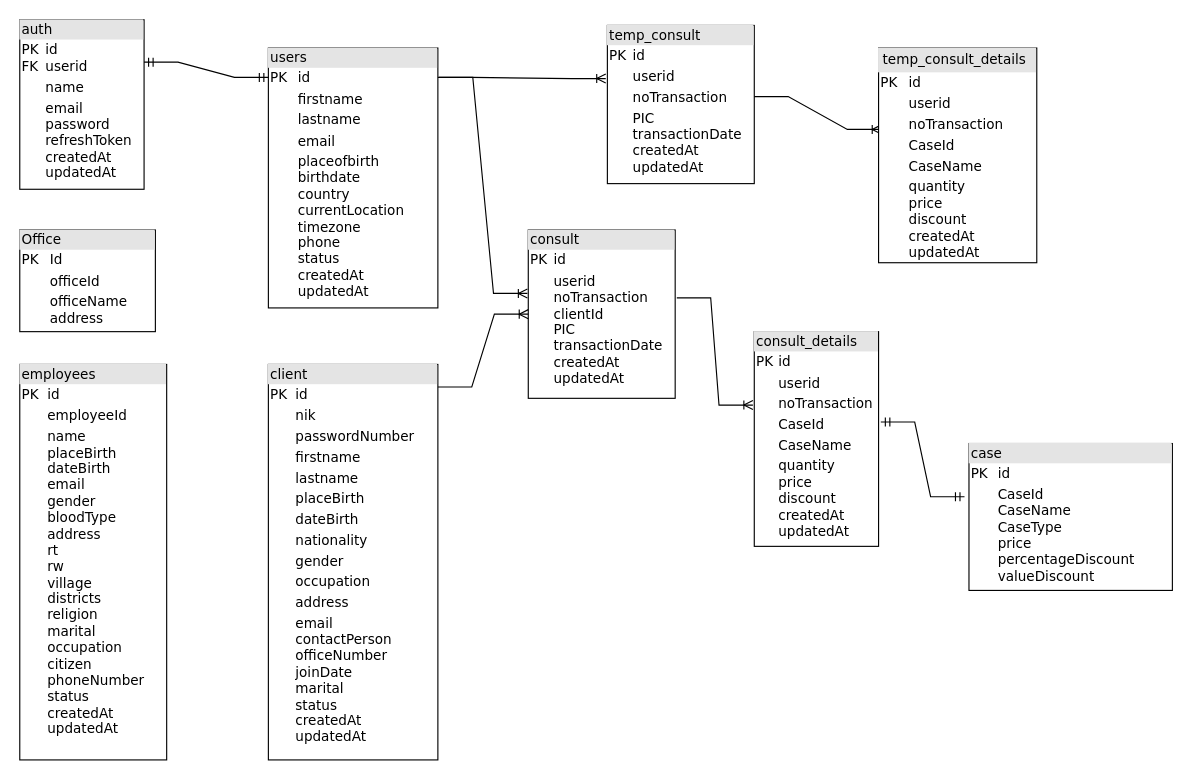
Earlier version of the draw.io diagram page "Page-3" (28 of 62) of Untitled Diagram.drawio (Jeremia0910/SJSI). Source tidied: cells renumbered, new cells numbered last; positions are measured from the earlier drawing's top-left corner, leaving out a move shared by most shapes. Both pictures are drawn from the tidied source at 113%, with x=0, y=0 at pixel (19, 19).
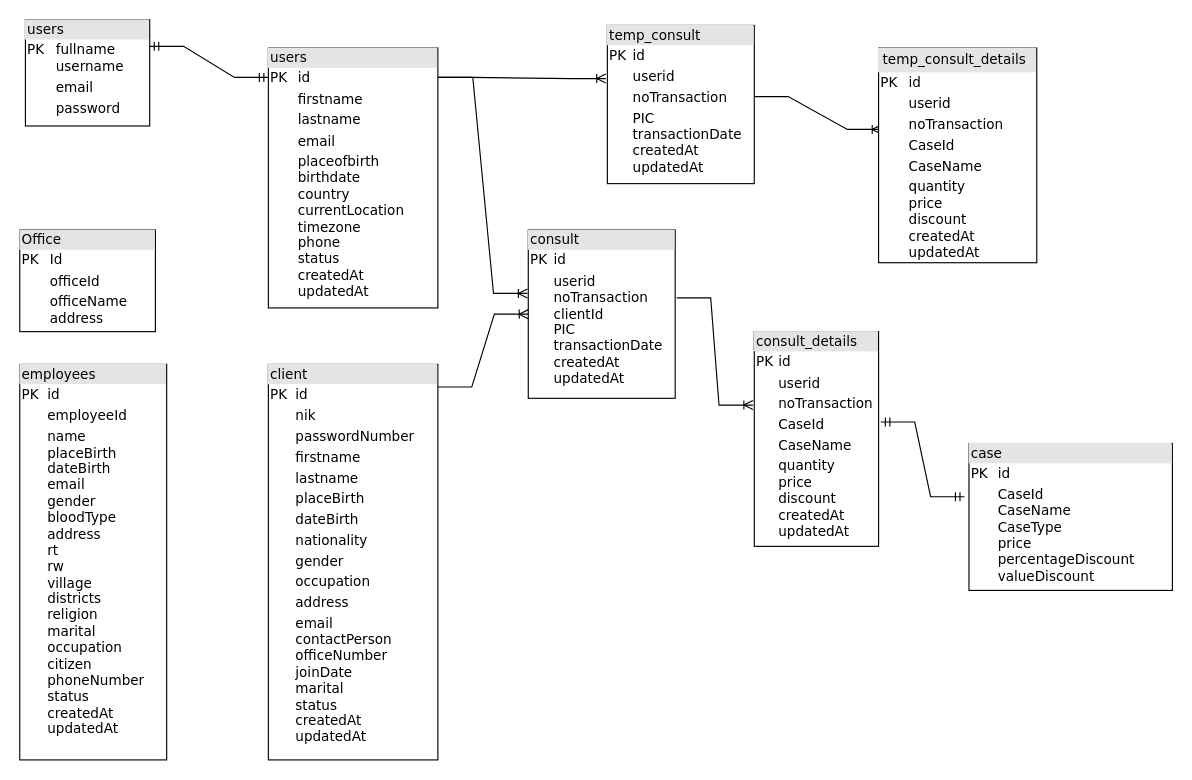
The same diagram, later.

What changed in the source:
```diff
@@
 <mxGraphModel>
   <root>
     <mxCell id="0" />
     <mxCell id="1" parent="0" />
     <mxCell id="2" value="&lt;div style=&quot;box-sizing:border-box;width:100%;background:#e4e4e4;padding:2px;&quot;&gt;Office&lt;/div&gt;&lt;table style=&quot;width:100%;font-size:1em;&quot; cellspacing=&quot;0&quot; cellpadding=&quot;2&quot;&gt;&lt;tbody&gt;&lt;tr&gt;&lt;td&gt;PK&lt;/td&gt;&lt;td&gt;Id&lt;/td&gt;&lt;/tr&gt;&lt;tr&gt;&lt;td&gt;&lt;br&gt;&lt;/td&gt;&lt;td&gt;officeId &lt;br&gt;&lt;/td&gt;&lt;/tr&gt;&lt;tr&gt;&lt;td&gt;&lt;br&gt;&lt;/td&gt;&lt;td&gt;officeName&lt;br&gt;address&lt;br&gt;&lt;/td&gt;&lt;/tr&gt;&lt;/tbody&gt;&lt;/table&gt;" style="verticalAlign=top;align=left;overflow=fill;html=1;rounded=0;shadow=0;comic=0;labelBackgroundColor=none;strokeWidth=1;fontFamily=Verdana;fontSize=12;" parent="1" vertex="1">
       <mxGeometry y="186" width="120" height="90" as="geometry" />
     </mxCell>
     <mxCell id="3" value="&lt;div style=&quot;box-sizing: border-box ; width: 100% ; background: #e4e4e4 ; padding: 2px&quot;&gt;consult_details&lt;/div&gt;&lt;table style=&quot;width: 100% ; font-size: 1em&quot; cellspacing=&quot;0&quot; cellpadding=&quot;2&quot;&gt;&lt;tbody&gt;&lt;tr&gt;&lt;td&gt;PK&lt;/td&gt;&lt;td&gt;id&lt;/td&gt;&lt;/tr&gt;&lt;tr&gt;&lt;td&gt;&lt;br&gt;&lt;/td&gt;&lt;td&gt;userid&lt;/td&gt;&lt;/tr&gt;&lt;tr&gt;&lt;td&gt;&lt;br&gt;&lt;/td&gt;&lt;td&gt;noTransaction &lt;br&gt;&lt;/td&gt;&lt;/tr&gt;&lt;tr&gt;&lt;td&gt;&lt;br&gt;&lt;/td&gt;&lt;td&gt;CaseId &lt;br&gt;&lt;/td&gt;&lt;/tr&gt;&lt;tr&gt;&lt;td&gt;&lt;br&gt;&lt;/td&gt;&lt;td&gt;CaseName &lt;br&gt;&lt;/td&gt;&lt;/tr&gt;&lt;tr&gt;&lt;td&gt;&lt;br&gt;&lt;/td&gt;&lt;td&gt;quantity&lt;br&gt;price&lt;br&gt;discount&lt;br&gt;createdAt&lt;br&gt;updatedAt&lt;br&gt;&lt;/td&gt;&lt;/tr&gt;&lt;/tbody&gt;&lt;/table&gt;" style="verticalAlign=top;align=left;overflow=fill;html=1;rounded=0;shadow=0;comic=0;labelBackgroundColor=none;strokeWidth=1;fontFamily=Verdana;fontSize=12;" parent="1" vertex="1">
       <mxGeometry x="650" y="276" width="110" height="190" as="geometry" />
     </mxCell>
     <mxCell id="4" value="&lt;div style=&quot;box-sizing: border-box ; width: 100% ; background: #e4e4e4 ; padding: 2px&quot;&gt;temp_consult&lt;/div&gt;&lt;table style=&quot;width: 100% ; font-size: 1em&quot; cellspacing=&quot;0&quot; cellpadding=&quot;2&quot;&gt;&lt;tbody&gt;&lt;tr&gt;&lt;td&gt;PK&lt;/td&gt;&lt;td&gt;id&lt;/td&gt;&lt;/tr&gt;&lt;tr&gt;&lt;td&gt;&lt;br&gt;&lt;/td&gt;&lt;td&gt;userid&lt;/td&gt;&lt;/tr&gt;&lt;tr&gt;&lt;td&gt;&lt;br&gt;&lt;/td&gt;&lt;td&gt;noTransaction&lt;/td&gt;&lt;/tr&gt;&lt;tr&gt;&lt;td&gt;&lt;br&gt;&lt;/td&gt;&lt;td&gt;PIC&lt;br&gt;transactionDate&lt;br&gt;createdAt&lt;br&gt;updatedAt&lt;br&gt;&lt;/td&gt;&lt;/tr&gt;&lt;/tbody&gt;&lt;/table&gt;" style="verticalAlign=top;align=left;overflow=fill;html=1;rounded=0;shadow=0;comic=0;labelBackgroundColor=none;strokeWidth=1;fontFamily=Verdana;fontSize=12;" parent="1" vertex="1">
       <mxGeometry x="520" y="5" width="130" height="140" as="geometry" />
     </mxCell>
     <mxCell id="5" value="&lt;div style=&quot;box-sizing: border-box ; width: 100% ; background: #e4e4e4 ; padding: 2px&quot;&gt;case&lt;/div&gt;&lt;table style=&quot;width: 100% ; font-size: 1em&quot; cellspacing=&quot;0&quot; cellpadding=&quot;2&quot;&gt;&lt;tbody&gt;&lt;tr&gt;&lt;td&gt;PK&lt;/td&gt;&lt;td&gt;id&lt;/td&gt;&lt;/tr&gt;&lt;tr&gt;&lt;td&gt;&lt;br&gt;&lt;/td&gt;&lt;td&gt;CaseId &lt;br&gt;CaseName &lt;br&gt;CaseType &lt;br&gt;price&lt;br&gt;percentageDiscount &lt;br&gt;valueDiscount&lt;br&gt;&lt;/td&gt;&lt;/tr&gt;&lt;tr&gt;&lt;td&gt;&lt;br&gt;&lt;/td&gt;&lt;td&gt;&lt;br&gt;&lt;/td&gt;&lt;/tr&gt;&lt;tr&gt;&lt;td&gt;&lt;br&gt;&lt;/td&gt;&lt;td&gt;&lt;br&gt;&lt;/td&gt;&lt;/tr&gt;&lt;/tbody&gt;&lt;/table&gt;" style="verticalAlign=top;align=left;overflow=fill;html=1;rounded=0;shadow=0;comic=0;labelBackgroundColor=none;strokeWidth=1;fontFamily=Verdana;fontSize=12;" parent="1" vertex="1">
       <mxGeometry x="840" y="375" width="180" height="130" as="geometry" />
     </mxCell>
-    <mxCell id="6" value="&lt;div style=&quot;box-sizing:border-box;width:100%;background:#e4e4e4;padding:2px;&quot;&gt;auth&lt;/div&gt;&lt;table style=&quot;width:100%;font-size:1em;&quot; cellspacing=&quot;0&quot; cellpadding=&quot;2&quot;&gt;&lt;tbody&gt;&lt;tr&gt;&lt;td&gt;PK&lt;br&gt;FK&lt;br&gt;&lt;/td&gt;&lt;td&gt;id&lt;br&gt;userid&lt;br&gt;&lt;/td&gt;&lt;/tr&gt;&lt;tr&gt;&lt;td&gt;&lt;br&gt;&lt;/td&gt;&lt;td&gt;name&lt;/td&gt;&lt;/tr&gt;&lt;tr&gt;&lt;td&gt;&lt;br&gt;&lt;/td&gt;&lt;td&gt;email&lt;br&gt;password&lt;br&gt;refreshToken&lt;br&gt;createdAt&lt;br&gt;updatedAt&lt;br&gt;&lt;br&gt;&lt;/td&gt;&lt;/tr&gt;&lt;/tbody&gt;&lt;/table&gt;" style="verticalAlign=top;align=left;overflow=fill;html=1;rounded=0;shadow=0;comic=0;labelBackgroundColor=none;strokeWidth=1;fontFamily=Verdana;fontSize=12;" parent="1" vertex="1">
-      <mxGeometry width="110" height="150" as="geometry" />
+    <mxCell id="6" value="&lt;div style=&quot;box-sizing:border-box;width:100%;background:#e4e4e4;padding:2px;&quot;&gt;users&lt;/div&gt;&lt;table style=&quot;width:100%;font-size:1em;&quot; cellspacing=&quot;0&quot; cellpadding=&quot;2&quot;&gt;&lt;tbody&gt;&lt;tr&gt;&lt;td&gt;PK&lt;br&gt;&lt;br&gt;&lt;/td&gt;&lt;td&gt;fullname&lt;br&gt;username&lt;br&gt;&lt;/td&gt;&lt;/tr&gt;&lt;tr&gt;&lt;td&gt;&lt;br&gt;&lt;/td&gt;&lt;td&gt;email&lt;/td&gt;&lt;/tr&gt;&lt;tr&gt;&lt;td&gt;&lt;br&gt;&lt;/td&gt;&lt;td&gt;password&lt;br&gt;&lt;br&gt;&lt;br&gt;&lt;br&gt;&lt;br&gt;&lt;br&gt;&lt;/td&gt;&lt;/tr&gt;&lt;/tbody&gt;&lt;/table&gt;" style="verticalAlign=top;align=left;overflow=fill;html=1;rounded=0;shadow=0;comic=0;labelBackgroundColor=none;strokeWidth=1;fontFamily=Verdana;fontSize=12;" parent="1" vertex="1">
+      <mxGeometry x="5" width="110" height="94" as="geometry" />
     </mxCell>
     <mxCell id="7" value="&lt;div style=&quot;box-sizing: border-box ; width: 100% ; background: #e4e4e4 ; padding: 2px&quot;&gt;users&lt;/div&gt;&lt;table style=&quot;width: 100% ; font-size: 1em&quot; cellspacing=&quot;0&quot; cellpadding=&quot;2&quot;&gt;&lt;tbody&gt;&lt;tr&gt;&lt;td&gt;PK&lt;/td&gt;&lt;td&gt;id&lt;/td&gt;&lt;/tr&gt;&lt;tr&gt;&lt;td&gt;&lt;br&gt;&lt;/td&gt;&lt;td&gt;firstname&lt;/td&gt;&lt;/tr&gt;&lt;tr&gt;&lt;td&gt;&lt;br&gt;&lt;/td&gt;&lt;td&gt;lastname&lt;/td&gt;&lt;/tr&gt;&lt;tr&gt;&lt;td&gt;&lt;br&gt;&lt;/td&gt;&lt;td&gt;email&lt;br&gt;&lt;/td&gt;&lt;/tr&gt;&lt;tr&gt;&lt;td&gt;&lt;br&gt;&lt;/td&gt;&lt;td&gt;placeofbirth&lt;br&gt;birthdate&lt;br&gt;country&lt;br&gt;currentLocation&lt;br&gt;timezone&lt;br&gt;phone&lt;br&gt;status&lt;br&gt;createdAt&lt;br&gt;updatedAt&lt;br&gt;&lt;/td&gt;&lt;/tr&gt;&lt;/tbody&gt;&lt;/table&gt;" style="verticalAlign=top;align=left;overflow=fill;html=1;rounded=0;shadow=0;comic=0;labelBackgroundColor=none;strokeWidth=1;fontFamily=Verdana;fontSize=12;" parent="1" vertex="1">
       <mxGeometry x="220" y="25" width="150" height="230" as="geometry" />
     </mxCell>
     <mxCell id="8" value="&lt;div style=&quot;box-sizing: border-box ; width: 100% ; background: #e4e4e4 ; padding: 2px&quot;&gt;client&lt;/div&gt;&lt;table style=&quot;width: 100% ; font-size: 1em&quot; cellspacing=&quot;0&quot; cellpadding=&quot;2&quot;&gt;&lt;tbody&gt;&lt;tr&gt;&lt;td&gt;PK&lt;/td&gt;&lt;td&gt;id&lt;/td&gt;&lt;/tr&gt;&lt;tr&gt;&lt;td&gt;&lt;br&gt;&lt;/td&gt;&lt;td&gt;nik&lt;/td&gt;&lt;/tr&gt;&lt;tr&gt;&lt;td&gt;&lt;br&gt;&lt;/td&gt;&lt;td&gt;passwordNumber &lt;br&gt;&lt;/td&gt;&lt;/tr&gt;&lt;tr&gt;&lt;td&gt;&lt;br&gt;&lt;/td&gt;&lt;td&gt;firstname&lt;br&gt;&lt;/td&gt;&lt;/tr&gt;&lt;tr&gt;&lt;td&gt;&lt;br&gt;&lt;/td&gt;&lt;td&gt;lastname&lt;br&gt;&lt;/td&gt;&lt;/tr&gt;&lt;tr&gt;&lt;td&gt;&lt;br&gt;&lt;/td&gt;&lt;td&gt;placeBirth &lt;br&gt;&lt;/td&gt;&lt;/tr&gt;&lt;tr&gt;&lt;td&gt;&lt;br&gt;&lt;/td&gt;&lt;td&gt;dateBirth &lt;br&gt;&lt;/td&gt;&lt;/tr&gt;&lt;tr&gt;&lt;td&gt;&lt;br&gt;&lt;/td&gt;&lt;td&gt;nationality&lt;br&gt;&lt;/td&gt;&lt;/tr&gt;&lt;tr&gt;&lt;td&gt;&lt;br&gt;&lt;/td&gt;&lt;td&gt;gender&lt;br&gt;&lt;/td&gt;&lt;/tr&gt;&lt;tr&gt;&lt;td&gt;&lt;br&gt;&lt;/td&gt;&lt;td&gt;occupation&lt;br&gt;&lt;/td&gt;&lt;/tr&gt;&lt;tr&gt;&lt;td&gt;&lt;br&gt;&lt;/td&gt;&lt;td&gt;address&lt;br&gt;&lt;/td&gt;&lt;/tr&gt;&lt;tr&gt;&lt;td&gt;&lt;br&gt;&lt;/td&gt;&lt;td&gt;email&lt;br&gt;contactPerson &lt;br&gt;officeNumber &lt;br&gt;joinDate &lt;br&gt;marital&lt;br&gt;status&lt;br&gt;createdAt &lt;br&gt;updatedAt&lt;br&gt;&lt;/td&gt;&lt;/tr&gt;&lt;/tbody&gt;&lt;/table&gt;" style="verticalAlign=top;align=left;overflow=fill;html=1;rounded=0;shadow=0;comic=0;labelBackgroundColor=none;strokeWidth=1;fontFamily=Verdana;fontSize=12;" parent="1" vertex="1">
       <mxGeometry x="220" y="305" width="150" height="350" as="geometry" />
     </mxCell>
     <mxCell id="9" value="&lt;div style=&quot;box-sizing:border-box;width:100%;background:#e4e4e4;padding:2px;&quot;&gt;employees&lt;/div&gt;&lt;table style=&quot;width:100%;font-size:1em;&quot; cellspacing=&quot;0&quot; cellpadding=&quot;2&quot;&gt;&lt;tbody&gt;&lt;tr&gt;&lt;td&gt;PK&lt;/td&gt;&lt;td&gt;id&lt;/td&gt;&lt;/tr&gt;&lt;tr&gt;&lt;td&gt;&lt;br&gt;&lt;/td&gt;&lt;td&gt;employeeId&lt;/td&gt;&lt;/tr&gt;&lt;tr&gt;&lt;td&gt;&lt;br&gt;&lt;/td&gt;&lt;td&gt;name&lt;br&gt;placeBirth &lt;br&gt;dateBirth &lt;br&gt;email&lt;br&gt;gender&lt;br&gt;bloodType &lt;br&gt;address&lt;br&gt;rt&lt;br&gt;rw&lt;br&gt;village&lt;br&gt;districts&lt;br&gt;religion&lt;br&gt;marital&lt;br&gt;occupation&lt;br&gt;citizen&lt;br&gt;phoneNumber &lt;br&gt;status&lt;br&gt;createdAt &lt;br&gt;updatedAt&lt;br&gt;&lt;/td&gt;&lt;/tr&gt;&lt;/tbody&gt;&lt;/table&gt;" style="verticalAlign=top;align=left;overflow=fill;html=1;rounded=0;shadow=0;comic=0;labelBackgroundColor=none;strokeWidth=1;fontFamily=Verdana;fontSize=12;" parent="1" vertex="1">
       <mxGeometry y="305" width="130" height="350" as="geometry" />
     </mxCell>
     <mxCell id="10" value="&lt;div style=&quot;box-sizing: border-box ; width: 100% ; background: #e4e4e4 ; padding: 2px&quot;&gt;consult&lt;/div&gt;&lt;table style=&quot;width: 100% ; font-size: 1em&quot; cellspacing=&quot;0&quot; cellpadding=&quot;2&quot;&gt;&lt;tbody&gt;&lt;tr&gt;&lt;td&gt;PK&lt;/td&gt;&lt;td&gt;id&lt;/td&gt;&lt;/tr&gt;&lt;tr&gt;&lt;td&gt;&lt;br&gt;&lt;/td&gt;&lt;td&gt;userid&lt;br&gt;noTransaction &lt;br&gt;clientId&lt;br&gt;PIC&lt;br&gt;transactionDate&lt;br&gt;createdAt&lt;br&gt;updatedAt&lt;br&gt;&lt;/td&gt;&lt;/tr&gt;&lt;tr&gt;&lt;td&gt;&lt;br&gt;&lt;/td&gt;&lt;td&gt;&lt;br&gt;&lt;/td&gt;&lt;/tr&gt;&lt;tr&gt;&lt;td&gt;&lt;br&gt;&lt;/td&gt;&lt;td&gt;&lt;br&gt;&lt;/td&gt;&lt;/tr&gt;&lt;/tbody&gt;&lt;/table&gt;" style="verticalAlign=top;align=left;overflow=fill;html=1;rounded=0;shadow=0;comic=0;labelBackgroundColor=none;strokeWidth=1;fontFamily=Verdana;fontSize=12;" parent="1" vertex="1">
       <mxGeometry x="450" y="186" width="130" height="149" as="geometry" />
     </mxCell>
     <mxCell id="11" style="edgeStyle=entityRelationEdgeStyle;fontSize=12;html=1;endArrow=ERmandOne;startArrow=ERmandOne;rounded=0;exitX=1;exitY=0.25;exitDx=0;exitDy=0;" parent="1" edge="1" source="6">
       <mxGeometry relative="1" as="geometry">
         <mxPoint x="220" y="51" as="targetPoint" />
       </mxGeometry>
     </mxCell>
     <mxCell id="12" style="edgeStyle=entityRelationEdgeStyle;fontSize=12;html=1;endArrow=ERoneToMany;rounded=0;exitX=1.011;exitY=0.403;exitDx=0;exitDy=0;exitPerimeter=0;entryX=-0.011;entryY=0.342;entryDx=0;entryDy=0;entryPerimeter=0;" parent="1" edge="1" source="10" target="3">
       <mxGeometry relative="1" as="geometry" />
     </mxCell>
     <mxCell id="13" style="edgeStyle=entityRelationEdgeStyle;fontSize=12;html=1;endArrow=ERoneToMany;rounded=0;exitX=1;exitY=0.45;exitDx=0;exitDy=0;exitPerimeter=0;entryX=0.017;entryY=0.379;entryDx=0;entryDy=0;entryPerimeter=0;" parent="1" edge="1" source="4" target="18">
       <mxGeometry relative="1" as="geometry" />
     </mxCell>
     <mxCell id="14" style="edgeStyle=entityRelationEdgeStyle;fontSize=12;html=1;endArrow=ERoneToMany;rounded=0;entryX=-0.006;entryY=0.377;entryDx=0;entryDy=0;exitX=1.006;exitY=0.113;exitDx=0;exitDy=0;entryPerimeter=0;exitPerimeter=0;" parent="1" edge="1" source="7" target="10">
       <mxGeometry relative="1" as="geometry" />
     </mxCell>
     <mxCell id="15" style="edgeStyle=entityRelationEdgeStyle;fontSize=12;html=1;endArrow=ERoneToMany;rounded=0;entryX=-0.011;entryY=0.336;entryDx=0;entryDy=0;exitX=1;exitY=0.113;exitDx=0;exitDy=0;entryPerimeter=0;exitPerimeter=0;" parent="1" edge="1" source="7" target="4">
       <mxGeometry relative="1" as="geometry" />
     </mxCell>
     <mxCell id="16" style="edgeStyle=entityRelationEdgeStyle;fontSize=12;html=1;endArrow=ERoneToMany;rounded=0;entryX=0;entryY=0.5;entryDx=0;entryDy=0;exitX=1;exitY=0.057;exitDx=0;exitDy=0;exitPerimeter=0;" parent="1" edge="1" source="8" target="10">
       <mxGeometry relative="1" as="geometry" />
     </mxCell>
     <mxCell id="17" style="edgeStyle=entityRelationEdgeStyle;fontSize=12;html=1;endArrow=ERmandOne;startArrow=ERmandOne;rounded=0;exitX=1.018;exitY=0.421;exitDx=0;exitDy=0;entryX=-0.022;entryY=0.362;entryDx=0;entryDy=0;entryPerimeter=0;exitPerimeter=0;" parent="1" edge="1" source="3" target="5">
       <mxGeometry relative="1" as="geometry" />
     </mxCell>
     <mxCell id="18" value="&lt;div style=&quot;box-sizing: border-box ; width: 100% ; background: #e4e4e4 ; padding: 2px&quot;&gt;&lt;div style=&quot;box-sizing: border-box ; width: 100% ; background: #e4e4e4 ; padding: 2px&quot;&gt;temp_consult_details&lt;/div&gt;&lt;/div&gt;&lt;table style=&quot;width: 100% ; font-size: 1em&quot; cellspacing=&quot;0&quot; cellpadding=&quot;2&quot;&gt;&lt;tbody&gt;&lt;tr&gt;&lt;td&gt;PK&lt;/td&gt;&lt;td&gt;id&lt;/td&gt;&lt;/tr&gt;&lt;tr&gt;&lt;td&gt;&lt;br&gt;&lt;/td&gt;&lt;td&gt;userid&lt;/td&gt;&lt;/tr&gt;&lt;tr&gt;&lt;td&gt;&lt;br&gt;&lt;/td&gt;&lt;td&gt;noTransaction &lt;br&gt;&lt;/td&gt;&lt;/tr&gt;&lt;tr&gt;&lt;td&gt;&lt;br&gt;&lt;/td&gt;&lt;td&gt;CaseId &lt;br&gt;&lt;/td&gt;&lt;/tr&gt;&lt;tr&gt;&lt;td&gt;&lt;br&gt;&lt;/td&gt;&lt;td&gt;CaseName &lt;br&gt;&lt;/td&gt;&lt;/tr&gt;&lt;tr&gt;&lt;td&gt;&lt;br&gt;&lt;/td&gt;&lt;td&gt;quantity&lt;br&gt;price&lt;br&gt;discount&lt;br&gt;createdAt&lt;br&gt;updatedAt&lt;br&gt;&lt;/td&gt;&lt;/tr&gt;&lt;/tbody&gt;&lt;/table&gt;" style="verticalAlign=top;align=left;overflow=fill;html=1;rounded=0;shadow=0;comic=0;labelBackgroundColor=none;strokeWidth=1;fontFamily=Verdana;fontSize=12;" parent="1" vertex="1">
       <mxGeometry x="760" y="25" width="140" height="190" as="geometry" />
     </mxCell>
   </root>
 </mxGraphModel>
```
